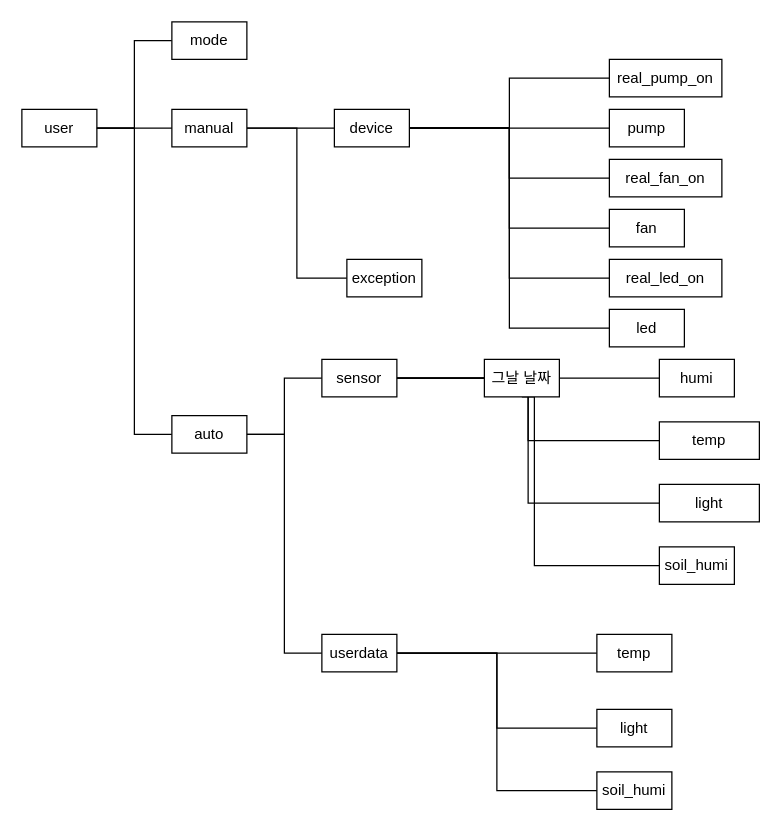
Before: 6주차/데이터베이스_저장트리.drawio in sonmyungwon/Software-Development, a draw.io diagram. Source tidied: cells renumbered, new cells numbered last; positions are measured from the earlier drawing's top-left corner, leaving out a move shared by most shapes. Both pictures are drawn from the tidied source at 125%, with x=0, y=0 at pixel (21, 21).
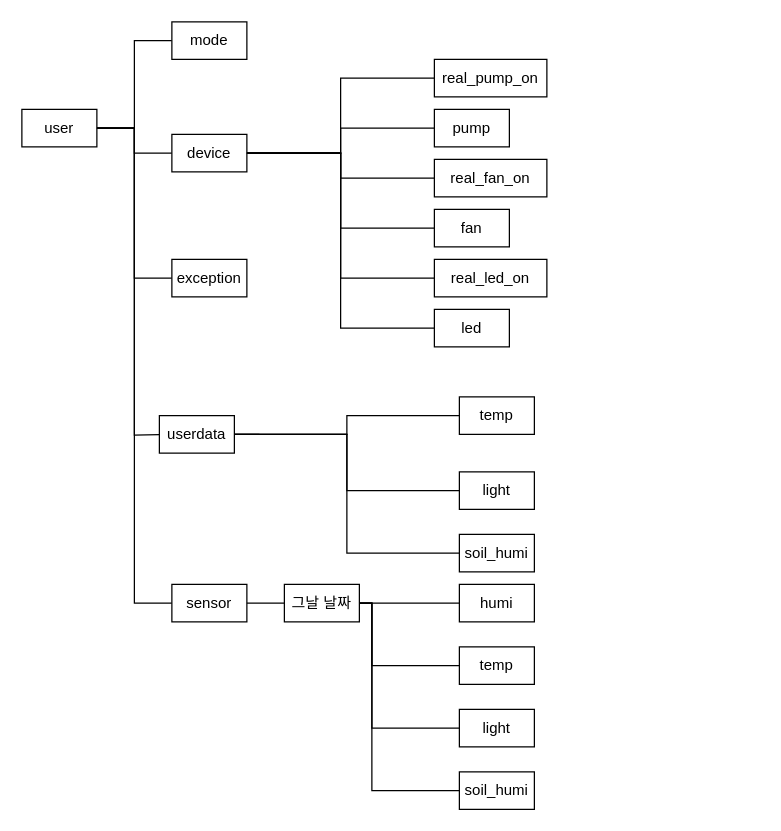
The same diagram, later.

Commit message:
데이터베이스_저장트리.drawio 업데이트

The change refers to these unchanged cells:
```xml
<mxCell id="2" value="user" style="rounded=0;whiteSpace=wrap;html=1;" parent="1" vertex="1">
  <mxGeometry y="70" width="60" height="30" as="geometry" />
</mxCell>
```

What changed in the source:
```diff
@@
+    <mxCell id="45" style="edgeStyle=orthogonalEdgeStyle;rounded=0;jettySize=auto;html=1;entryX=0;entryY=0.5;entryDx=0;entryDy=0;endArrow=none;endFill=0;" parent="1" edge="1" source="2" target="36">
+      <mxGeometry relative="1" as="geometry" />
+    </mxCell>
+    <mxCell id="46" style="edgeStyle=orthogonalEdgeStyle;rounded=0;jettySize=auto;html=1;exitX=1;exitY=0.5;exitDx=0;exitDy=0;entryX=0;entryY=0.5;entryDx=0;entryDy=0;endArrow=none;endFill=0;" parent="1" edge="1" source="2" target="13">
+      <mxGeometry relative="1" as="geometry" />
+    </mxCell>
+    <mxCell id="47" style="edgeStyle=orthogonalEdgeStyle;rounded=0;jettySize=auto;html=1;entryX=0;entryY=0.5;entryDx=0;entryDy=0;endArrow=none;endFill=0;" parent="1" edge="1" source="2" target="22">
+      <mxGeometry relative="1" as="geometry" />
+    </mxCell>
@@
-    <mxCell id="3" style="edgeStyle=orthogonalEdgeStyle;rounded=0;jettySize=auto;html=1;exitX=1;exitY=0.5;exitDx=0;exitDy=0;endArrow=none;endFill=0;" parent="1" edge="1" source="5">
-      <mxGeometry relative="1" as="geometry">
-        <mxPoint x="250" y="85" as="targetPoint" />
-      </mxGeometry>
-    </mxCell>
-    <mxCell id="4" style="edgeStyle=orthogonalEdgeStyle;rounded=0;jettySize=auto;html=1;exitX=1;exitY=0.5;exitDx=0;exitDy=0;entryX=0;entryY=0.5;entryDx=0;entryDy=0;endArrow=none;endFill=0;" parent="1" edge="1" source="5" target="36">
-      <mxGeometry relative="1" as="geometry" />
-    </mxCell>
-    <mxCell id="5" value="manual" style="rounded=0;whiteSpace=wrap;html=1;" parent="1" vertex="1">
-      <mxGeometry x="120" y="70" width="60" height="30" as="geometry" />
-    </mxCell>
-    <mxCell id="6" style="edgeStyle=orthogonalEdgeStyle;rounded=0;jettySize=auto;html=1;exitX=1;exitY=0.5;exitDx=0;exitDy=0;entryX=0;entryY=0.5;entryDx=0;entryDy=0;endArrow=none;endFill=0;" parent="1" edge="1" source="8" target="13">
-      <mxGeometry relative="1" as="geometry" />
-    </mxCell>
-    <mxCell id="7" style="edgeStyle=orthogonalEdgeStyle;rounded=0;jettySize=auto;html=1;exitX=0;exitY=0.5;exitDx=0;exitDy=0;entryX=1;entryY=0.5;entryDx=0;entryDy=0;endArrow=none;endFill=0;" parent="1" edge="1" source="8" target="2">
-      <mxGeometry relative="1" as="geometry" />
+    <mxCell id="7" style="edgeStyle=orthogonalEdgeStyle;rounded=0;jettySize=auto;html=1;exitX=0;exitY=0.5;exitDx=0;exitDy=0;entryX=1;entryY=0.5;entryDx=0;entryDy=0;endArrow=none;endFill=0;" parent="1" edge="1" target="2">
+      <mxGeometry relative="1" as="geometry">
+        <mxPoint x="120" y="330" as="sourcePoint" />
+      </mxGeometry>
     </mxCell>
-    <mxCell id="8" value="auto" style="rounded=0;whiteSpace=wrap;html=1;" parent="1" vertex="1">
-      <mxGeometry x="120" y="315" width="60" height="30" as="geometry" />
-    </mxCell>
-    <mxCell id="9" style="edgeStyle=orthogonalEdgeStyle;rounded=0;jettySize=auto;html=1;exitX=1;exitY=0.5;exitDx=0;exitDy=0;entryX=0;entryY=0.5;entryDx=0;entryDy=0;endArrow=none;endFill=0;" parent="1" edge="1" source="13" target="27">
-      <mxGeometry relative="1" as="geometry" />
-    </mxCell>
-    <mxCell id="10" style="edgeStyle=orthogonalEdgeStyle;rounded=0;jettySize=auto;html=1;exitX=1;exitY=0.5;exitDx=0;exitDy=0;entryX=0;entryY=0.5;entryDx=0;entryDy=0;endArrow=none;endFill=0;" parent="1" edge="1" source="13" target="26">
-      <mxGeometry relative="1" as="geometry" />
-    </mxCell>
-    <mxCell id="11" style="edgeStyle=orthogonalEdgeStyle;rounded=0;jettySize=auto;html=1;exitX=1;exitY=0.5;exitDx=0;exitDy=0;entryX=0;entryY=0.5;entryDx=0;entryDy=0;endArrow=none;endFill=0;" parent="1" edge="1" source="13" target="28">
-      <mxGeometry relative="1" as="geometry" />
-    </mxCell>
-    <mxCell id="12" style="edgeStyle=orthogonalEdgeStyle;rounded=0;jettySize=auto;html=1;exitX=0.5;exitY=1;exitDx=0;exitDy=0;entryX=0;entryY=0.5;entryDx=0;entryDy=0;endArrow=none;endFill=0;startArrow=none;" parent="1" edge="1" source="43" target="29">
-      <mxGeometry relative="1" as="geometry">
-        <Array as="points">
-          <mxPoint x="410" y="300" />
-          <mxPoint x="410" y="435" />
-        </Array>
-      </mxGeometry>
-    </mxCell>
-    <mxCell id="13" value="sensor" style="rounded=0;whiteSpace=wrap;html=1;" parent="1" vertex="1">
-      <mxGeometry x="240" y="270" width="60" height="30" as="geometry" />
-    </mxCell>
@@
-    <mxCell id="17" style="edgeStyle=orthogonalEdgeStyle;rounded=0;jettySize=auto;html=1;endArrow=none;endFill=0;entryX=1;entryY=0.5;entryDx=0;entryDy=0;" parent="1" edge="1" source="18" target="8">
-      <mxGeometry relative="1" as="geometry" />
+    <mxCell id="17" style="edgeStyle=orthogonalEdgeStyle;rounded=0;jettySize=auto;html=1;endArrow=none;endFill=0;entryX=1;entryY=0.5;entryDx=0;entryDy=0;" parent="1" edge="1" source="18">
+      <mxGeometry relative="1" as="geometry">
+        <mxPoint x="180" y="330" as="targetPoint" />
+      </mxGeometry>
     </mxCell>
     <mxCell id="18" value="userdata" style="rounded=0;whiteSpace=wrap;html=1;" parent="1" vertex="1">
-      <mxGeometry x="240" y="490" width="60" height="30" as="geometry" />
+      <mxGeometry x="110" y="315" width="60" height="30" as="geometry" />
     </mxCell>
@@
     <mxCell id="22" value="device" style="rounded=0;whiteSpace=wrap;html=1;" parent="1" vertex="1">
-      <mxGeometry x="250" y="70" width="60" height="30" as="geometry" />
+      <mxGeometry x="120" y="90" width="60" height="30" as="geometry" />
     </mxCell>
     <mxCell id="23" value="real_fan_on" style="rounded=0;whiteSpace=wrap;html=1;" parent="1" vertex="1">
-      <mxGeometry x="470" y="110" width="90" height="30" as="geometry" />
+      <mxGeometry x="330" y="110" width="90" height="30" as="geometry" />
     </mxCell>
     <mxCell id="24" value="pump" style="rounded=0;whiteSpace=wrap;html=1;" parent="1" vertex="1">
-      <mxGeometry x="470" y="70" width="60" height="30" as="geometry" />
+      <mxGeometry x="330" y="70" width="60" height="30" as="geometry" />
     </mxCell>
     <mxCell id="25" value="real_led_on" style="rounded=0;whiteSpace=wrap;html=1;" parent="1" vertex="1">
-      <mxGeometry x="470" y="190" width="90" height="30" as="geometry" />
+      <mxGeometry x="330" y="190" width="90" height="30" as="geometry" />
     </mxCell>
-    <mxCell id="26" value="temp" style="rounded=0;whiteSpace=wrap;html=1;" parent="1" vertex="1">
-      <mxGeometry x="510" y="320" width="80" height="30" as="geometry" />
-    </mxCell>
-    <mxCell id="27" value="humi" style="rounded=0;whiteSpace=wrap;html=1;" parent="1" vertex="1">
-      <mxGeometry x="510" y="270" width="60" height="30" as="geometry" />
-    </mxCell>
-    <mxCell id="28" value="light" style="rounded=0;whiteSpace=wrap;html=1;" parent="1" vertex="1">
-      <mxGeometry x="510" y="370" width="80" height="30" as="geometry" />
-    </mxCell>
-    <mxCell id="29" value="soil_humi" style="rounded=0;whiteSpace=wrap;html=1;" parent="1" vertex="1">
-      <mxGeometry x="510" y="420" width="60" height="30" as="geometry" />
-    </mxCell>
     <mxCell id="30" value="temp" style="rounded=0;whiteSpace=wrap;html=1;" parent="1" vertex="1">
-      <mxGeometry x="460" y="490" width="60" height="30" as="geometry" />
+      <mxGeometry x="350" y="300" width="60" height="30" as="geometry" />
     </mxCell>
     <mxCell id="31" value="light" style="rounded=0;whiteSpace=wrap;html=1;" parent="1" vertex="1">
-      <mxGeometry x="460" y="550" width="60" height="30" as="geometry" />
+      <mxGeometry x="350" y="360" width="60" height="30" as="geometry" />
     </mxCell>
     <mxCell id="32" value="soil_humi" style="rounded=0;whiteSpace=wrap;html=1;" parent="1" vertex="1">
-      <mxGeometry x="460" y="600" width="60" height="30" as="geometry" />
+      <mxGeometry x="350" y="410" width="60" height="30" as="geometry" />
     </mxCell>
-    <mxCell id="33" style="endArrow=none;html=1;rounded=0;exitX=1;exitY=0.5;exitDx=0;exitDy=0;entryX=0;entryY=0.5;entryDx=0;entryDy=0;" parent="1" edge="1" source="2" target="5">
-      <mxGeometry relative="1" as="geometry" />
-    </mxCell>
@@
     <mxCell id="36" value="exception" style="rounded=0;whiteSpace=wrap;html=1;" parent="1" vertex="1">
-      <mxGeometry x="260" y="190" width="60" height="30" as="geometry" />
+      <mxGeometry x="120" y="190" width="60" height="30" as="geometry" />
     </mxCell>
@@
     <mxCell id="38" value="real_pump_on" style="rounded=0;whiteSpace=wrap;html=1;" parent="1" vertex="1">
-      <mxGeometry x="470" y="30" width="90" height="30" as="geometry" />
+      <mxGeometry x="330" y="30" width="90" height="30" as="geometry" />
     </mxCell>
@@
     <mxCell id="40" value="fan" style="rounded=0;whiteSpace=wrap;html=1;" parent="1" vertex="1">
-      <mxGeometry x="470" y="150" width="60" height="30" as="geometry" />
+      <mxGeometry x="330" y="150" width="60" height="30" as="geometry" />
     </mxCell>
@@
     <mxCell id="42" value="led" style="rounded=0;whiteSpace=wrap;html=1;" parent="1" vertex="1">
-      <mxGeometry x="470" y="230" width="60" height="30" as="geometry" />
+      <mxGeometry x="330" y="230" width="60" height="30" as="geometry" />
     </mxCell>
+    <mxCell id="48" style="edgeStyle=orthogonalEdgeStyle;rounded=0;jettySize=auto;html=1;exitX=1;exitY=0.5;exitDx=0;exitDy=0;entryX=0;entryY=0.5;entryDx=0;entryDy=0;endArrow=none;endFill=0;" parent="1" edge="1" source="43" target="27">
+      <mxGeometry relative="1" as="geometry" />
+    </mxCell>
+    <mxCell id="49" style="edgeStyle=orthogonalEdgeStyle;rounded=0;jettySize=auto;html=1;exitX=1;exitY=0.5;exitDx=0;exitDy=0;entryX=0;entryY=0.5;entryDx=0;entryDy=0;endArrow=none;endFill=0;" parent="1" edge="1" source="43" target="26">
+      <mxGeometry relative="1" as="geometry">
+        <Array as="points">
+          <mxPoint x="280" y="465" />
+          <mxPoint x="280" y="515" />
+        </Array>
+      </mxGeometry>
+    </mxCell>
+    <mxCell id="50" style="edgeStyle=orthogonalEdgeStyle;rounded=0;jettySize=auto;html=1;exitX=1;exitY=0.5;exitDx=0;exitDy=0;entryX=0;entryY=0.5;entryDx=0;entryDy=0;endArrow=none;endFill=0;" parent="1" edge="1" source="43" target="28">
+      <mxGeometry relative="1" as="geometry">
+        <Array as="points">
+          <mxPoint x="280" y="465" />
+          <mxPoint x="280" y="565" />
+        </Array>
+      </mxGeometry>
+    </mxCell>
+    <mxCell id="12" style="edgeStyle=orthogonalEdgeStyle;rounded=0;jettySize=auto;html=1;exitX=1;exitY=0.5;exitDx=0;exitDy=0;entryX=0;entryY=0.5;entryDx=0;entryDy=0;endArrow=none;endFill=0;startArrow=none;" parent="1" edge="1" source="43" target="29">
+      <mxGeometry relative="1" as="geometry">
+        <Array as="points">
+          <mxPoint x="280" y="465" />
+          <mxPoint x="280" y="615" />
+        </Array>
+      </mxGeometry>
+    </mxCell>
+    <mxCell id="13" value="sensor" style="rounded=0;whiteSpace=wrap;html=1;" parent="1" vertex="1">
+      <mxGeometry x="120" y="450" width="60" height="30" as="geometry" />
+    </mxCell>
+    <mxCell id="26" value="temp" style="rounded=0;whiteSpace=wrap;html=1;" parent="1" vertex="1">
+      <mxGeometry x="350" y="500" width="60" height="30" as="geometry" />
+    </mxCell>
+    <mxCell id="27" value="humi" style="rounded=0;whiteSpace=wrap;html=1;" parent="1" vertex="1">
+      <mxGeometry x="350" y="450" width="60" height="30" as="geometry" />
+    </mxCell>
+    <mxCell id="28" value="light" style="rounded=0;whiteSpace=wrap;html=1;" parent="1" vertex="1">
+      <mxGeometry x="350" y="550" width="60" height="30" as="geometry" />
+    </mxCell>
+    <mxCell id="29" value="soil_humi" style="rounded=0;whiteSpace=wrap;html=1;" parent="1" vertex="1">
+      <mxGeometry x="350" y="600" width="60" height="30" as="geometry" />
+    </mxCell>
     <mxCell id="43" value="그날 날짜" style="rounded=0;whiteSpace=wrap;html=1;" parent="1" vertex="1">
-      <mxGeometry x="370" y="270" width="60" height="30" as="geometry" />
+      <mxGeometry x="210" y="450" width="60" height="30" as="geometry" />
     </mxCell>
```
